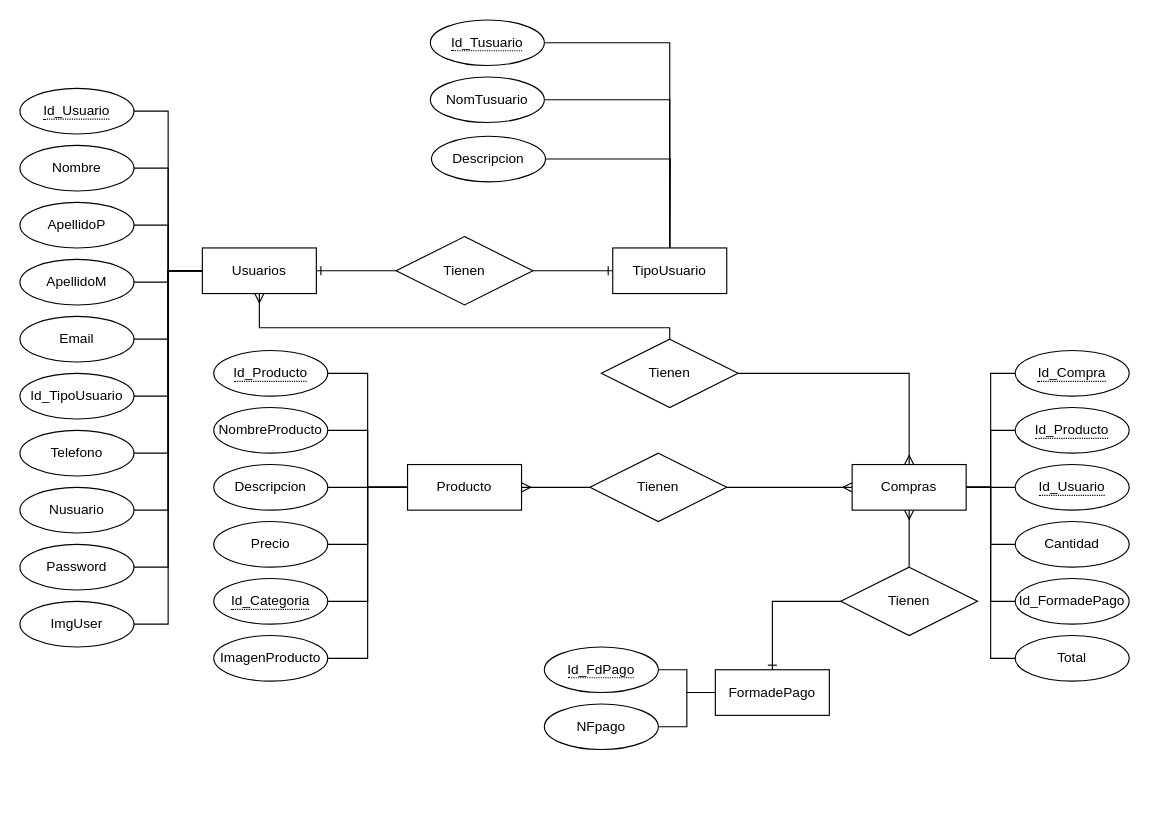
Before: page "Modelo_ER" (2 of 2) of Proyecto_WebCarr.drawio in JlchavezG/WebCarr, a draw.io diagram. Source tidied: cells renumbered, new cells numbered last; positions are measured from the earlier drawing's top-left corner, leaving out a move shared by most shapes. Both pictures are drawn from the tidied source at 114%, with x=0, y=0 at pixel (19, 19).
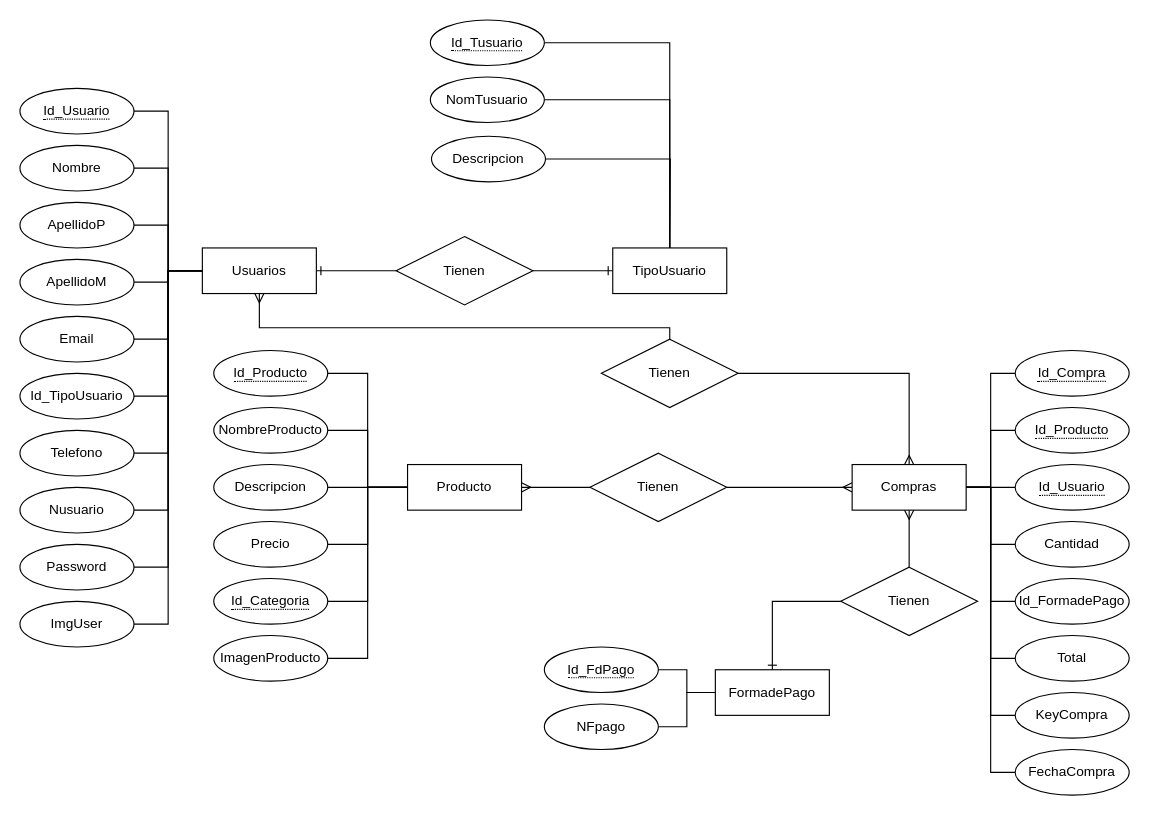
Above is the later version.

The change refers to these unchanged cells:
```xml
<mxCell id="50" value="Compras" style="whiteSpace=wrap;html=1;align=center;" parent="1" vertex="1">
  <mxGeometry x="730" y="390" width="100" height="40" as="geometry" />
</mxCell>
```

The edit, as a diff of the source:
```diff
@@
+    <mxCell id="74" style="edgeStyle=orthogonalEdgeStyle;rounded=0;jettySize=auto;html=1;entryX=1;entryY=0.5;entryDx=0;entryDy=0;endArrow=none;endFill=0;" parent="1" edge="1" source="75" target="50">
+      <mxGeometry relative="1" as="geometry" />
+    </mxCell>
+    <mxCell id="75" value="KeyCompra" style="ellipse;whiteSpace=wrap;html=1;align=center;" parent="1" vertex="1">
+      <mxGeometry x="873" y="590" width="100" height="40" as="geometry" />
+    </mxCell>
+    <mxCell id="76" style="edgeStyle=orthogonalEdgeStyle;rounded=0;jettySize=auto;html=1;entryX=1;entryY=0.5;entryDx=0;entryDy=0;endArrow=none;endFill=0;" parent="1" edge="1" source="77" target="50">
+      <mxGeometry relative="1" as="geometry" />
+    </mxCell>
+    <mxCell id="77" value="FechaCompra" style="ellipse;whiteSpace=wrap;html=1;align=center;" parent="1" vertex="1">
+      <mxGeometry x="873" y="640" width="100" height="40" as="geometry" />
+    </mxCell>
```
